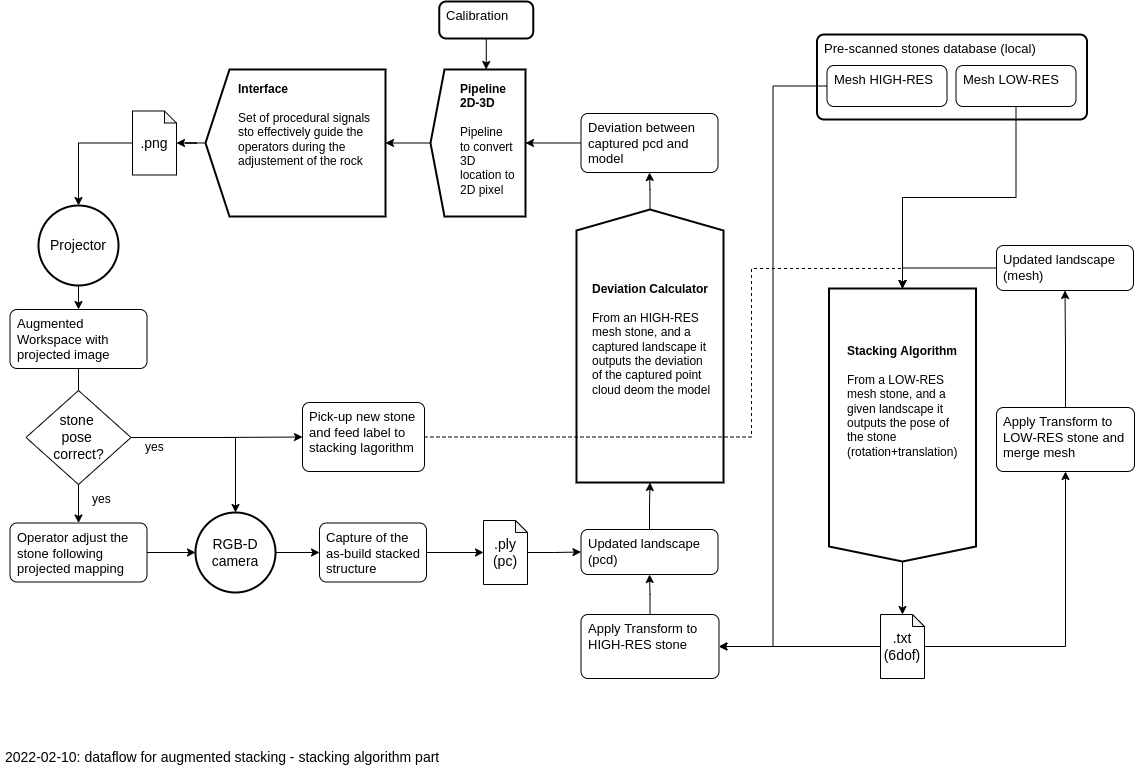
The draw.io diagram img/stacking_alg_dataf.drawio.png in ibois-epfl/augmented-stacking, before a commit. Source tidied: cells renumbered, new cells last; positions are measured from the earlier drawing's top-left corner, leaving out a move shared by most shapes.
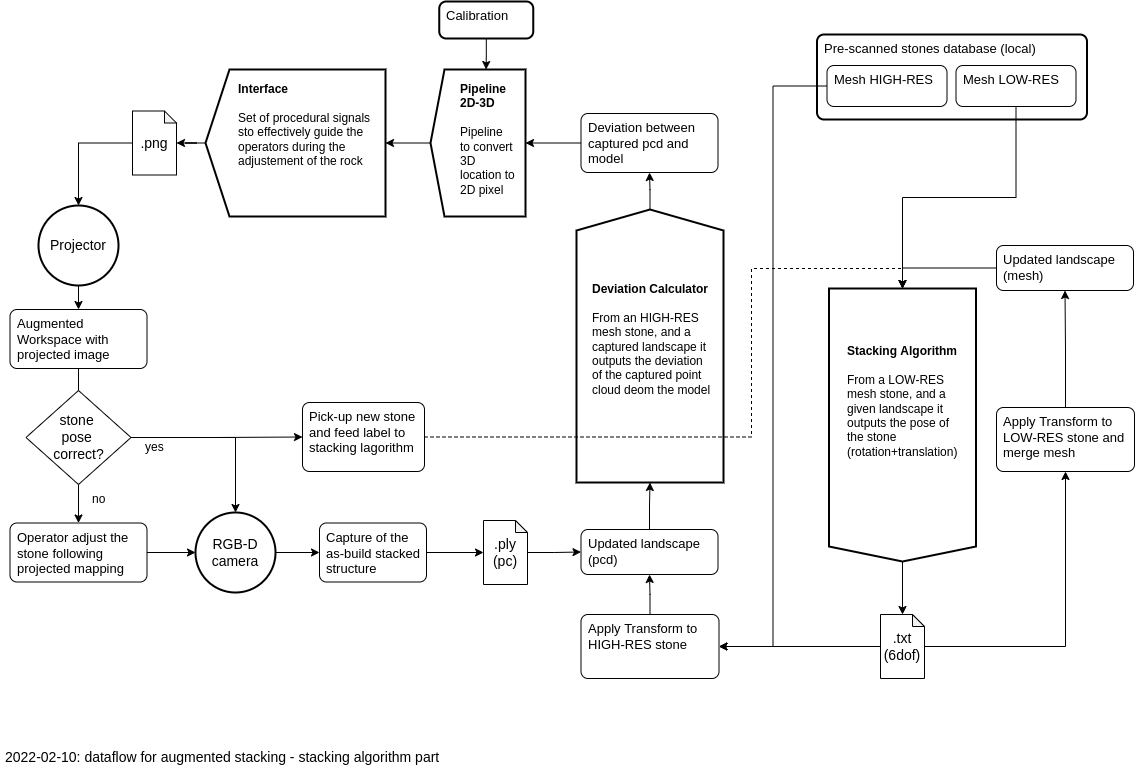
The same diagram one commit later.

Commit message:
REAEDME: correction of dataflow image

Change to the diagram source:
```diff
@@ -152,7 +152,7 @@
     <mxCell id="51" style="edgeStyle=orthogonalEdgeStyle;rounded=0;jettySize=auto;html=1;entryX=0.5;entryY=0;entryDx=0;entryDy=0;fontSize=14;endArrow=none;" parent="1" edge="1" source="32" target="50">
       <mxGeometry relative="1" as="geometry" />
     </mxCell>
-    <mxCell id="52" value="&lt;h1 style=&quot;font-size: 12px&quot;&gt;&lt;/h1&gt;&lt;span style=&quot;font-size: 12px&quot;&gt;yes&lt;br style=&quot;font-size: 12px&quot;&gt;&lt;/span&gt;" style="text;html=1;strokeColor=none;fillColor=none;spacing=5;spacingTop=-20;whiteSpace=wrap;overflow=hidden;rounded=0;labelBackgroundColor=none;fontSize=12;" parent="1" vertex="1">
+    <mxCell id="52" value="&lt;h1 style=&quot;font-size: 12px&quot;&gt;&lt;/h1&gt;&lt;span style=&quot;font-size: 12px&quot;&gt;no&lt;br style=&quot;font-size: 12px&quot;&gt;&lt;/span&gt;" style="text;html=1;strokeColor=none;fillColor=none;spacing=5;spacingTop=-20;whiteSpace=wrap;overflow=hidden;rounded=0;labelBackgroundColor=none;fontSize=12;" parent="1" vertex="1">
       <mxGeometry x="87" y="493" width="53" height="19" as="geometry" />
     </mxCell>
     <mxCell id="53" value="&lt;h1 style=&quot;font-size: 12px&quot;&gt;&lt;/h1&gt;&lt;span style=&quot;font-size: 12px&quot;&gt;yes&lt;br style=&quot;font-size: 12px&quot;&gt;&lt;/span&gt;" style="text;html=1;strokeColor=none;fillColor=none;spacing=5;spacingTop=-20;whiteSpace=wrap;overflow=hidden;rounded=0;labelBackgroundColor=none;fontSize=12;" parent="1" vertex="1">
```
